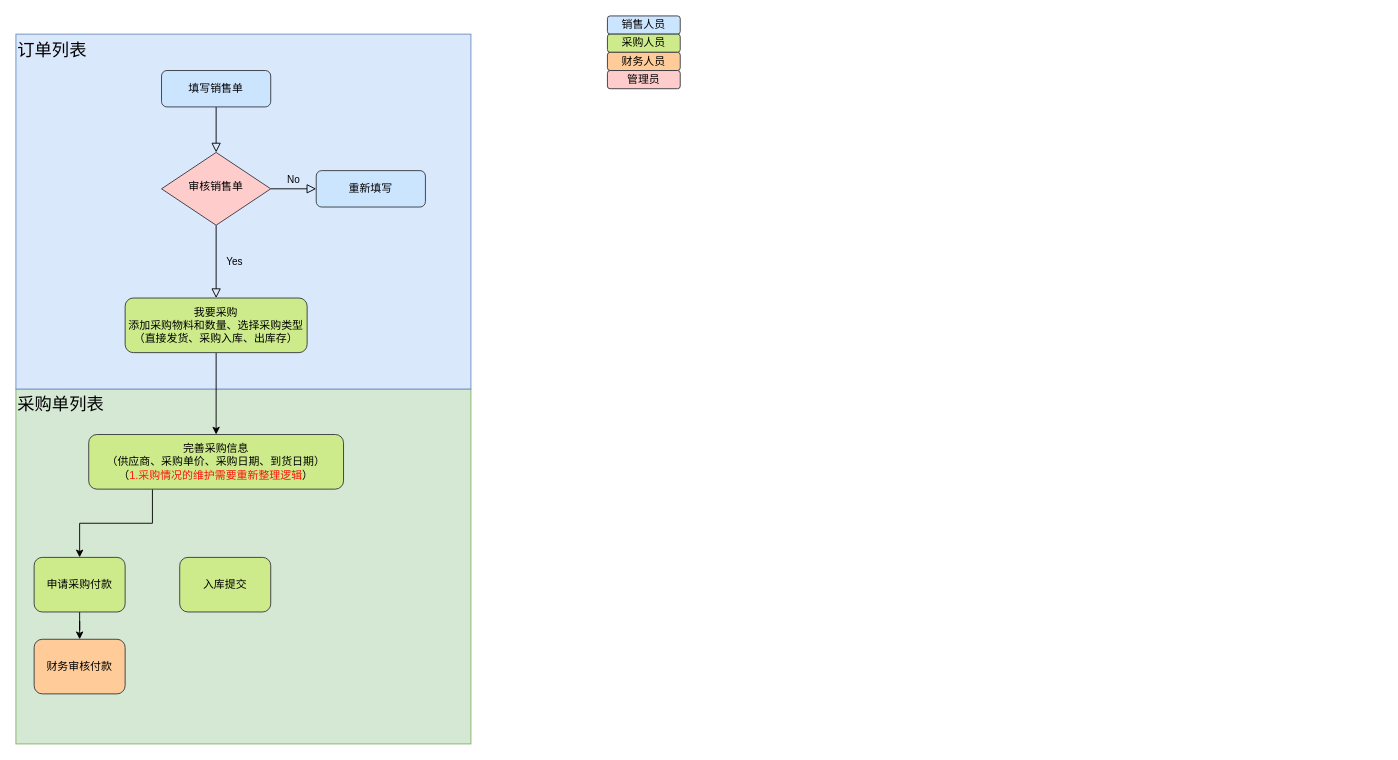
Earlier version of the draw.io diagram Untitled Diagram.drawio (wilesanGH/bookfile). Source tidied: cells renumbered, new cells numbered last; positions are measured from the earlier drawing's top-left corner, leaving out a move shared by most shapes. Both pictures are drawn from the tidied source at 91%, with x=0, y=0 at pixel (15, 15).
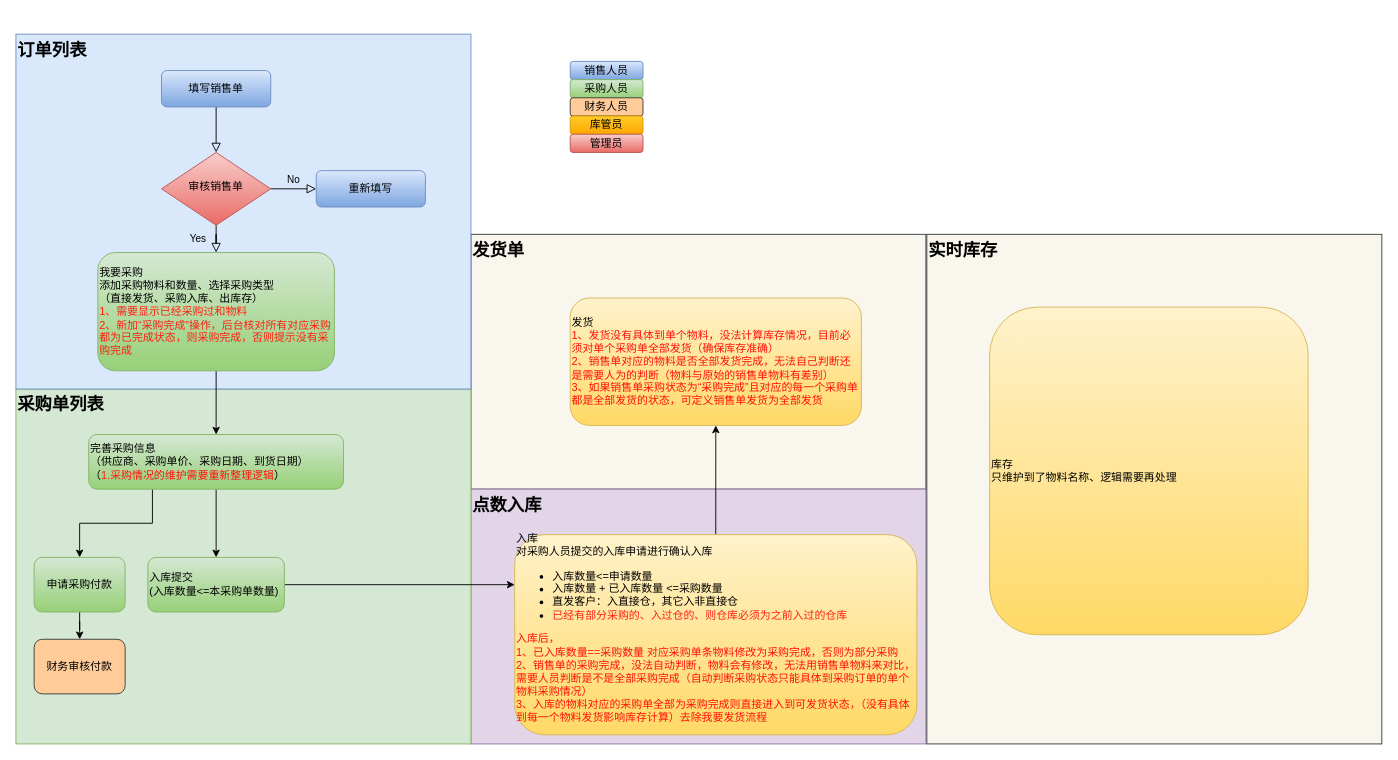
After the change.

Change to the diagram source:
```diff
@@
+    <mxCell id="22" value="发货单" style="rounded=0;whiteSpace=wrap;html=1;fillColor=#f9f7ed;strokeColor=#36393d;align=left;verticalAlign=top;fontSize=19;fontStyle=1;" parent="1" vertex="1">
+      <mxGeometry x="500" y="240" width="500" height="280" as="geometry" />
+    </mxCell>
+    <mxCell id="23" value="点数入库" style="rounded=0;whiteSpace=wrap;html=1;fillColor=#e1d5e7;strokeColor=#9673a6;align=left;verticalAlign=top;fontSize=19;fontStyle=1;" parent="1" vertex="1">
+      <mxGeometry x="500" y="520" width="500" height="280" as="geometry" />
+    </mxCell>
-    <mxCell id="2" value="采购单列表" style="rounded=0;whiteSpace=wrap;html=1;fillColor=#d5e8d4;strokeColor=#82b366;align=left;verticalAlign=top;fontSize=19;" parent="1" vertex="1">
+    <mxCell id="2" value="采购单列表" style="rounded=0;whiteSpace=wrap;html=1;fillColor=#d5e8d4;strokeColor=#82b366;align=left;verticalAlign=top;fontSize=19;fontStyle=1;" parent="1" vertex="1">
       <mxGeometry y="410" width="500" height="390" as="geometry" />
     </mxCell>
-    <mxCell id="3" value="订单列表" style="rounded=0;whiteSpace=wrap;html=1;fillColor=#dae8fc;strokeColor=#6c8ebf;align=left;verticalAlign=top;fontSize=19;" parent="1" vertex="1">
+    <mxCell id="3" value="订单列表" style="rounded=0;whiteSpace=wrap;html=1;fillColor=#dae8fc;strokeColor=#6c8ebf;align=left;verticalAlign=top;fontSize=19;fontStyle=1;" parent="1" vertex="1">
       <mxGeometry y="20" width="500" height="390" as="geometry" />
     </mxCell>
@@
-    <mxCell id="5" value="填写销售单" style="rounded=1;whiteSpace=wrap;html=1;fontSize=12;glass=0;strokeWidth=1;shadow=0;fillColor=#cce5ff;strokeColor=#36393d;" parent="1" vertex="1">
+    <mxCell id="5" value="填写销售单" style="rounded=1;whiteSpace=wrap;html=1;fontSize=12;glass=0;strokeWidth=1;shadow=0;fillColor=#dae8fc;strokeColor=#6c8ebf;gradientColor=#7ea6e0;" parent="1" vertex="1">
       <mxGeometry x="160" y="60" width="120" height="40" as="geometry" />
     </mxCell>
@@
-    <mxCell id="8" value="审核销售单" style="rhombus;whiteSpace=wrap;html=1;shadow=0;fontFamily=Helvetica;fontSize=12;align=center;strokeWidth=1;spacing=6;spacingTop=-4;fillColor=#ffcccc;strokeColor=#36393d;" parent="1" vertex="1">
+    <mxCell id="8" value="审核销售单" style="rhombus;whiteSpace=wrap;html=1;shadow=0;fontFamily=Helvetica;fontSize=12;align=center;strokeWidth=1;spacing=6;spacingTop=-4;fillColor=#f8cecc;strokeColor=#b85450;gradientColor=#ea6b66;" parent="1" vertex="1">
       <mxGeometry x="160" y="150" width="120" height="80" as="geometry" />
     </mxCell>
-    <mxCell id="9" value="重新填写" style="rounded=1;whiteSpace=wrap;html=1;fontSize=12;glass=0;strokeWidth=1;shadow=0;fillColor=#cce5ff;strokeColor=#36393d;" parent="1" vertex="1">
+    <mxCell id="9" value="重新填写" style="rounded=1;whiteSpace=wrap;html=1;fontSize=12;glass=0;strokeWidth=1;shadow=0;fillColor=#dae8fc;strokeColor=#6c8ebf;gradientColor=#7ea6e0;" parent="1" vertex="1">
       <mxGeometry x="330" y="170" width="120" height="40" as="geometry" />
     </mxCell>
@@
-    <mxCell id="11" value="我要采购&lt;br&gt;添加采购物料和数量、选择采购类型&lt;br&gt;（直接发货、采购入库、出库存）" style="rounded=1;whiteSpace=wrap;html=1;fillColor=#cdeb8b;strokeColor=#36393d;" parent="1" vertex="1">
-      <mxGeometry x="120" y="310" width="200" height="60" as="geometry" />
+    <mxCell id="11" value="我要采购&lt;br&gt;添加采购物料和数量、选择采购类型&lt;br&gt;（直接发货、采购入库、出库存）&lt;br&gt;&lt;font color=&quot;#ff1f0f&quot;&gt;1、需要显示已经采购过和物料&lt;/font&gt;&lt;br&gt;&lt;font color=&quot;#ff1f0f&quot;&gt;2、新加“采购完成”操作，后台核对所有对应采购都为已完成状态，则采购完成，否则提示没有采购完成&lt;/font&gt;" style="rounded=1;whiteSpace=wrap;html=1;fillColor=#d5e8d4;strokeColor=#82b366;align=left;gradientColor=#97d077;" parent="1" vertex="1">
+      <mxGeometry x="90" y="260" width="260" height="130" as="geometry" />
     </mxCell>
-    <mxCell id="12" value="销售人员" style="rounded=1;whiteSpace=wrap;html=1;fontSize=12;fillColor=#cce5ff;strokeColor=#36393d;" parent="1" vertex="1">
-      <mxGeometry x="650" width="80" height="20" as="geometry" />
+    <mxCell id="12" value="销售人员" style="rounded=1;whiteSpace=wrap;html=1;fontSize=12;fillColor=#dae8fc;strokeColor=#6c8ebf;gradientColor=#7ea6e0;" parent="1" vertex="1">
+      <mxGeometry x="609.1" y="50" width="80" height="20" as="geometry" />
     </mxCell>
-    <mxCell id="13" value="采购人员" style="rounded=1;whiteSpace=wrap;html=1;fontSize=12;fillColor=#cdeb8b;strokeColor=#36393d;" parent="1" vertex="1">
-      <mxGeometry x="650" y="20" width="80" height="20" as="geometry" />
+    <mxCell id="13" value="采购人员" style="rounded=1;whiteSpace=wrap;html=1;fontSize=12;fillColor=#d5e8d4;strokeColor=#82b366;gradientColor=#97d077;" parent="1" vertex="1">
+      <mxGeometry x="609.1" y="70" width="80" height="20" as="geometry" />
     </mxCell>
     <mxCell id="14" value="财务人员" style="rounded=1;whiteSpace=wrap;html=1;fontSize=12;fillColor=#ffcc99;strokeColor=#36393d;" parent="1" vertex="1">
-      <mxGeometry x="650" y="40" width="80" height="20" as="geometry" />
+      <mxGeometry x="609.1" y="90" width="80" height="20" as="geometry" />
     </mxCell>
@@
+    <mxCell id="24" style="edgeStyle=orthogonalEdgeStyle;rounded=0;jettySize=auto;html=1;exitX=0.5;exitY=1;exitDx=0;exitDy=0;" parent="1" edge="1" source="16" target="21">
+      <mxGeometry relative="1" as="geometry" />
+    </mxCell>
-    <mxCell id="16" value="完善采购信息&lt;br&gt;（供应商、采购单价、采购日期、到货日期）&lt;br&gt;（&lt;font color=&quot;#ff1f0f&quot;&gt;1.采&lt;/font&gt;&lt;font color=&quot;#ff1008&quot;&gt;购情况的维护需要重新整理逻辑&lt;/font&gt;）" style="rounded=1;whiteSpace=wrap;html=1;fillColor=#cdeb8b;strokeColor=#36393d;" parent="1" vertex="1">
+    <mxCell id="16" value="完善采购信息&lt;br&gt;（供应商、采购单价、采购日期、到货日期）&lt;br&gt;（&lt;font color=&quot;#ff1f0f&quot;&gt;1.采&lt;/font&gt;&lt;font color=&quot;#ff1008&quot;&gt;购情况的维护需要重新整理逻辑&lt;/font&gt;）" style="rounded=1;whiteSpace=wrap;html=1;fillColor=#d5e8d4;strokeColor=#82b366;align=left;gradientColor=#97d077;" parent="1" vertex="1">
       <mxGeometry x="80" y="460" width="280" height="60" as="geometry" />
     </mxCell>
@@
-    <mxCell id="18" value="申请采购付款" style="rounded=1;whiteSpace=wrap;html=1;fillColor=#cdeb8b;strokeColor=#36393d;" parent="1" vertex="1">
+    <mxCell id="18" value="申请采购付款" style="rounded=1;whiteSpace=wrap;html=1;fillColor=#d5e8d4;strokeColor=#82b366;gradientColor=#97d077;" parent="1" vertex="1">
       <mxGeometry x="20" y="595" width="100" height="60" as="geometry" />
     </mxCell>
@@
-    <mxCell id="20" value="管理员" style="rounded=1;whiteSpace=wrap;html=1;fontSize=12;fillColor=#ffcccc;strokeColor=#36393d;" parent="1" vertex="1">
-      <mxGeometry x="650" y="60" width="80" height="20" as="geometry" />
+    <mxCell id="20" value="库管员" style="rounded=1;whiteSpace=wrap;html=1;fontSize=12;fillColor=#ffcd28;strokeColor=#d79b00;gradientColor=#ffa500;" parent="1" vertex="1">
+      <mxGeometry x="609.1" y="110" width="80" height="20" as="geometry" />
     </mxCell>
+    <mxCell id="25" style="edgeStyle=orthogonalEdgeStyle;rounded=0;jettySize=auto;html=1;exitX=1;exitY=0.5;exitDx=0;exitDy=0;entryX=0;entryY=0.25;entryDx=0;entryDy=0;fontColor=#000000;" parent="1" edge="1" source="21" target="28">
+      <mxGeometry relative="1" as="geometry" />
+    </mxCell>
-    <mxCell id="21" value="入库提交" style="rounded=1;whiteSpace=wrap;html=1;fillColor=#cdeb8b;strokeColor=#36393d;" parent="1" vertex="1">
-      <mxGeometry x="180" y="595" width="100" height="60" as="geometry" />
+    <mxCell id="21" value="入库提交&lt;br&gt;(入库数量&amp;lt;=本采购单数量)" style="rounded=1;whiteSpace=wrap;html=1;fillColor=#d5e8d4;strokeColor=#82b366;align=left;gradientColor=#97d077;" parent="1" vertex="1">
+      <mxGeometry x="145" y="595" width="150" height="60" as="geometry" />
     </mxCell>
+    <mxCell id="26" value="管理员" style="rounded=1;whiteSpace=wrap;html=1;fontSize=12;fillColor=#f8cecc;strokeColor=#b85450;gradientColor=#ea6b66;" parent="1" vertex="1">
+      <mxGeometry x="609.1" y="130" width="80" height="20" as="geometry" />
+    </mxCell>
+    <mxCell id="27" style="edgeStyle=orthogonalEdgeStyle;rounded=0;jettySize=auto;html=1;exitX=0.5;exitY=0;exitDx=0;exitDy=0;entryX=0.5;entryY=1;entryDx=0;entryDy=0;fontColor=#FF1F0F;" parent="1" edge="1" source="28" target="29">
+      <mxGeometry relative="1" as="geometry" />
+    </mxCell>
+    <mxCell id="28" value="入库&lt;br&gt;对采购人员提交的入库申请进行确认入库&lt;br&gt;&lt;ul&gt;&lt;li&gt;入库数量&amp;lt;=申请数量&lt;br&gt;&lt;/li&gt;&lt;li&gt;入库数量 + 已入库数量 &amp;lt;=采购数量&lt;/li&gt;&lt;li&gt;直发客户：入直接仓，其它入非直接仓&lt;/li&gt;&lt;li&gt;&lt;font color=&quot;#ff1f0f&quot;&gt;已经有部分采购的、入过仓的、则仓库必须为之前入过的仓库&lt;/font&gt;&lt;/li&gt;&lt;/ul&gt;&lt;font color=&quot;#ff1008&quot;&gt;入库后，&lt;br&gt;1、已入库数量==采购数量 对应采购单条物料修改为采购完成，否则为部分采购&lt;br&gt;2、销售单的采购完成，没法自动判断，物料会有修改，无法用销售单物料来对比，需要人员判断是不是全部采购完成（自动判断采购状态只能具体到采购订单的单个物料采购情况）&lt;br&gt;3、入库的物料对应的采购单全部为采购完成则直接进入到可发货状态，（没有具体到每一个物料发货影响库存计算）去除我要发货流程&lt;br&gt;&lt;br&gt;&lt;/font&gt;" style="rounded=1;whiteSpace=wrap;html=1;fillColor=#fff2cc;strokeColor=#d6b656;align=left;gradientColor=#ffd966;" parent="1" vertex="1">
+      <mxGeometry x="548.1" y="570" width="441.9" height="220" as="geometry" />
+    </mxCell>
+    <mxCell id="29" value="发货&lt;br&gt;&lt;font color=&quot;#ff1008&quot;&gt;1、发货没有具体到单个物料，没法计算库存情况，目前必须对单个采购单全部发货（确保库存准确）&lt;br&gt;2、销售单对应的物料是否全部发货完成，无法自己判断还是需要人为的判断（物料与原始的销售单物料有差别）&lt;br&gt;3、如果销售单采购状态为“采购完成”且对应的每一个采购单都是全部发货的状态，可定义销售单发货为全部发货&lt;br&gt;&lt;/font&gt;" style="rounded=1;whiteSpace=wrap;html=1;fillColor=#fff2cc;strokeColor=#d6b656;align=left;gradientColor=#ffd966;" parent="1" vertex="1">
+      <mxGeometry x="609.1" y="310" width="320" height="140" as="geometry" />
+    </mxCell>
+    <mxCell id="30" value="实时库存&lt;br&gt;" style="rounded=0;whiteSpace=wrap;html=1;fillColor=#f9f7ed;strokeColor=#36393d;align=left;verticalAlign=top;fontSize=19;fontStyle=1;" parent="1" vertex="1">
+      <mxGeometry x="1001" y="240" width="500" height="560" as="geometry" />
+    </mxCell>
+    <mxCell id="31" value="库存&lt;br&gt;只维护到了物料名称、逻辑需要再处理" style="rounded=1;whiteSpace=wrap;html=1;fillColor=#fff2cc;strokeColor=#d6b656;align=left;gradientColor=#ffd966;" parent="1" vertex="1">
+      <mxGeometry x="1070" y="320" width="350" height="360" as="geometry" />
+    </mxCell>
```
